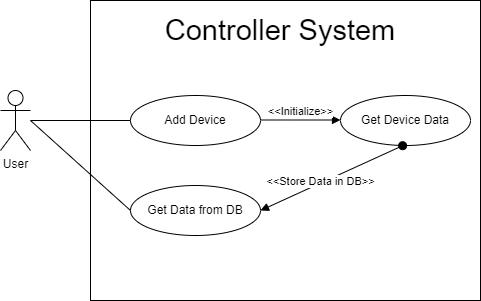
The draw.io diagram Report/Draw_io_Part2/Controller-UseCase.drawio.png in FameIllusionMaya/SDN-handmade_v3, before a commit. Source tidied: cells renumbered, new cells last; positions are measured from the earlier drawing's top-left corner, leaving out a move shared by most shapes.
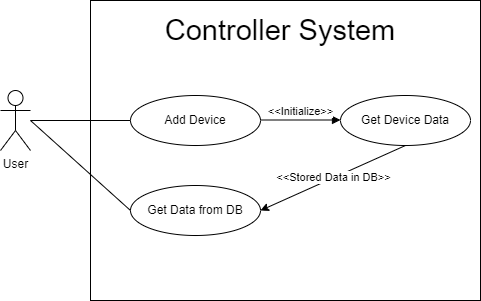
The same file after the commit.

What changed in the source:
```diff
@@ -36,8 +36,8 @@
         <mxPoint x="340" y="119.5" as="targetPoint" />
       </mxGeometry>
     </mxCell>
-    <mxCell id="11" value="&amp;lt;&amp;lt;Store Data in DB&amp;gt;&amp;gt;" style="html=1;verticalAlign=bottom;startArrow=oval;startFill=1;endArrow=block;startSize=8;rounded=0;fontSize=11;entryX=1;entryY=0.5;entryDx=0;entryDy=0;exitX=0.478;exitY=1.004;exitDx=0;exitDy=0;exitPerimeter=0;" parent="1" edge="1" source="6" target="7">
-      <mxGeometry x="0.19" y="7" relative="1" as="geometry" />
+    <mxCell id="11" value="&amp;lt;&amp;lt;Stored Data in DB&amp;gt;&amp;gt;" style="endArrow=classic;html=1;rounded=0;exitX=0.5;exitY=1;exitDx=0;exitDy=0;entryX=1;entryY=0.5;entryDx=0;entryDy=0;" parent="1" edge="1" source="6" target="7">
+      <mxGeometry relative="1" as="geometry" />
     </mxCell>
   </root>
 </mxGraphModel>
```
